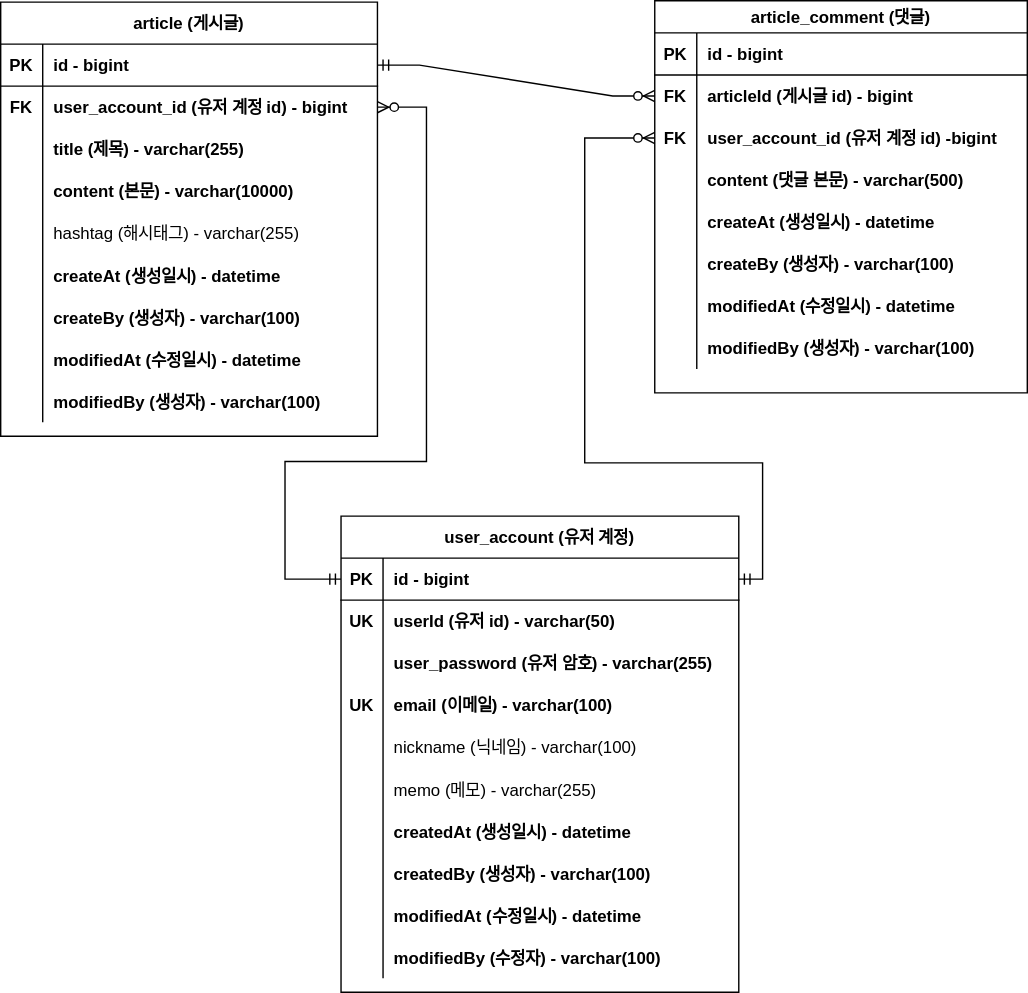
Before: documents/project-board-erd.svg, a diagram exported from draw.io (JIHYEON-PF/fc_project-board). Source tidied: cells renumbered, new cells last; positions are measured from the earlier drawing's top-left corner, leaving out a move shared by most shapes.
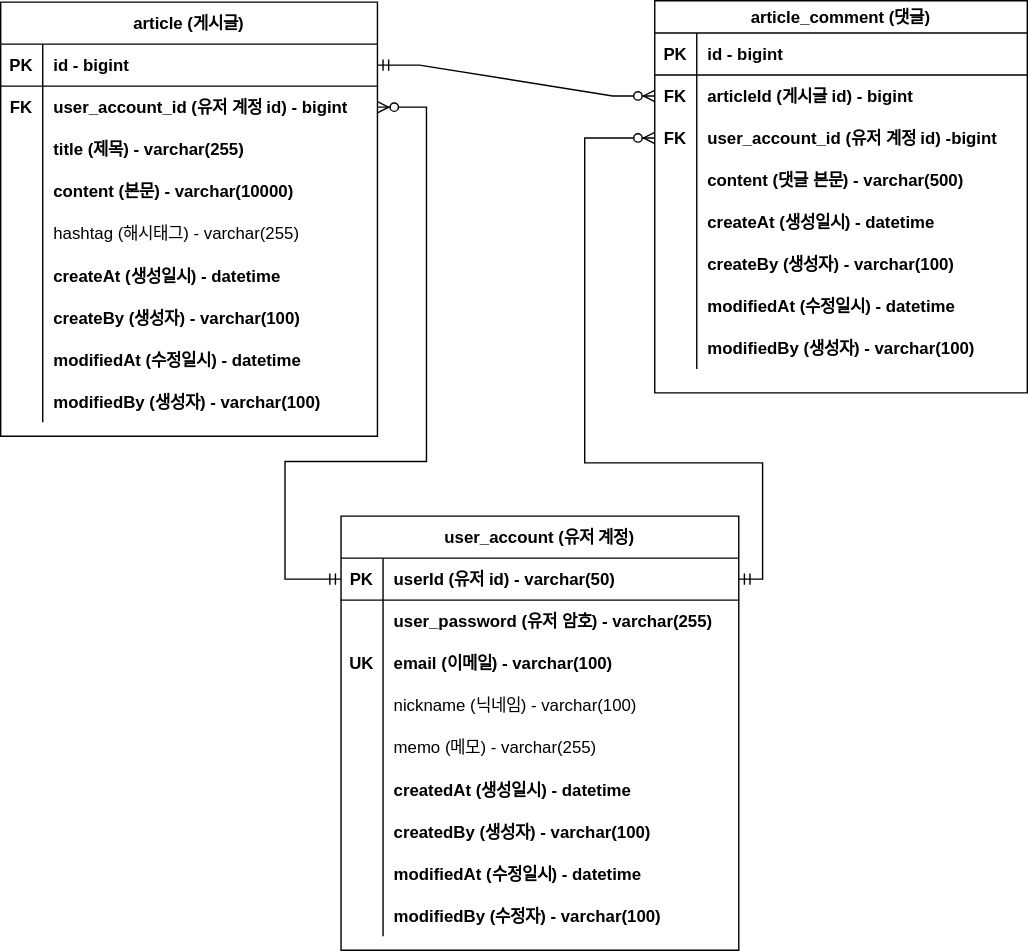
After the change.

Commit message:
#44 - ERD 수정 : userAccount `id` > `userId` 대체

Diff of the diagram source:
```diff
@@ -165,7 +165,7 @@
       <mxGeometry relative="1" as="geometry" />
     </mxCell>
     <mxCell id="56" value="user_account (유저 계정)" style="shape=table;startSize=30;rowLines=0;fontStyle=1;align=center;" parent="1" vertex="1">
-      <mxGeometry x="243" y="368" width="284" height="340" as="geometry" />
+      <mxGeometry x="243" y="368" width="284" height="310" as="geometry" />
     </mxCell>
     <mxCell id="57" style="shape=partialRectangle;fillColor=none;points=[[0,0.5],[1,0.5]];portConstraint=eastwest;top=0;left=0;right=0;bottom=1;" parent="56" vertex="1">
       <mxGeometry y="30" width="284" height="30" as="geometry" />
@@ -173,20 +173,11 @@
     <mxCell id="58" value="PK" style="shape=partialRectangle;overflow=hidden;fillColor=none;top=0;left=0;bottom=0;right=0;fontStyle=1;" parent="57" vertex="1">
       <mxGeometry width="30" height="30" as="geometry" />
     </mxCell>
-    <mxCell id="59" value="id - bigint" style="shape=partialRectangle;overflow=hidden;fillColor=none;top=0;left=0;bottom=0;right=0;align=left;spacingLeft=6;fontStyle=1;" parent="57" vertex="1">
+    <mxCell id="59" value="userId (유저 id) - varchar(50)" style="shape=partialRectangle;overflow=hidden;fillColor=none;top=0;left=0;bottom=0;right=0;align=left;spacingLeft=6;fontStyle=1;" parent="57" vertex="1">
       <mxGeometry x="30" width="254" height="30" as="geometry" />
     </mxCell>
-    <mxCell id="60" style="shape=partialRectangle;fillColor=none;top=0;left=0;right=0;bottom=0;" parent="56" vertex="1">
-      <mxGeometry y="60" width="284" height="30" as="geometry" />
-    </mxCell>
-    <mxCell id="61" value="UK" style="shape=partialRectangle;overflow=hidden;fillColor=none;top=0;left=0;bottom=0;right=0;fontStyle=1;" parent="60" vertex="1">
-      <mxGeometry width="30" height="30" as="geometry" />
-    </mxCell>
-    <mxCell id="62" value="userId (유저 id) - varchar(50)" style="shape=partialRectangle;overflow=hidden;fillColor=none;top=0;left=0;bottom=0;right=0;align=left;spacingLeft=6;fontStyle=1;" parent="60" vertex="1">
-      <mxGeometry x="30" width="254" height="30" as="geometry" />
-    </mxCell>
     <mxCell id="63" style="shape=partialRectangle;fillColor=none;top=0;left=0;right=0;bottom=0;" parent="56" vertex="1">
-      <mxGeometry y="90" width="284" height="30" as="geometry" />
+      <mxGeometry y="60" width="284" height="30" as="geometry" />
     </mxCell>
     <mxCell id="64" style="shape=partialRectangle;overflow=hidden;fillColor=none;top=0;left=0;bottom=0;right=0;" parent="63" vertex="1">
       <mxGeometry width="30" height="30" as="geometry" />
@@ -195,7 +186,7 @@
       <mxGeometry x="30" width="254" height="30" as="geometry" />
     </mxCell>
     <mxCell id="66" style="shape=partialRectangle;fillColor=none;top=0;left=0;right=0;bottom=0;" parent="56" vertex="1">
-      <mxGeometry y="120" width="284" height="30" as="geometry" />
+      <mxGeometry y="90" width="284" height="30" as="geometry" />
     </mxCell>
     <mxCell id="67" value="UK" style="shape=partialRectangle;overflow=hidden;fillColor=none;top=0;left=0;bottom=0;right=0;fontStyle=1;" parent="66" vertex="1">
       <mxGeometry width="30" height="30" as="geometry" />
@@ -204,7 +195,7 @@
       <mxGeometry x="30" width="254" height="30" as="geometry" />
     </mxCell>
     <mxCell id="69" style="shape=partialRectangle;fillColor=none;top=0;left=0;right=0;bottom=0;" parent="56" vertex="1">
-      <mxGeometry y="150" width="284" height="30" as="geometry" />
+      <mxGeometry y="120" width="284" height="30" as="geometry" />
     </mxCell>
     <mxCell id="70" style="shape=partialRectangle;overflow=hidden;fillColor=none;top=0;left=0;bottom=0;right=0;" parent="69" vertex="1">
       <mxGeometry width="30" height="30" as="geometry" />
@@ -213,7 +204,7 @@
       <mxGeometry x="30" width="254" height="30" as="geometry" />
     </mxCell>
     <mxCell id="72" style="shape=partialRectangle;fillColor=none;top=0;left=0;right=0;bottom=0;" parent="56" vertex="1">
-      <mxGeometry y="180" width="284" height="30" as="geometry" />
+      <mxGeometry y="150" width="284" height="30" as="geometry" />
     </mxCell>
     <mxCell id="73" style="shape=partialRectangle;overflow=hidden;fillColor=none;top=0;left=0;bottom=0;right=0;" parent="72" vertex="1">
       <mxGeometry width="30" height="30" as="geometry" />
@@ -222,7 +213,7 @@
       <mxGeometry x="30" width="254" height="30" as="geometry" />
     </mxCell>
     <mxCell id="75" style="shape=partialRectangle;fillColor=none;top=0;left=0;right=0;bottom=0;" parent="56" vertex="1">
-      <mxGeometry y="210" width="284" height="30" as="geometry" />
+      <mxGeometry y="180" width="284" height="30" as="geometry" />
     </mxCell>
     <mxCell id="76" style="shape=partialRectangle;overflow=hidden;fillColor=none;top=0;left=0;bottom=0;right=0;" parent="75" vertex="1">
       <mxGeometry width="30" height="30" as="geometry" />
@@ -231,7 +222,7 @@
       <mxGeometry x="30" width="254" height="30" as="geometry" />
     </mxCell>
     <mxCell id="78" style="shape=partialRectangle;fillColor=none;top=0;left=0;right=0;bottom=0;" parent="56" vertex="1">
-      <mxGeometry y="240" width="284" height="30" as="geometry" />
+      <mxGeometry y="210" width="284" height="30" as="geometry" />
     </mxCell>
     <mxCell id="79" style="shape=partialRectangle;overflow=hidden;fillColor=none;top=0;left=0;bottom=0;right=0;" parent="78" vertex="1">
       <mxGeometry width="30" height="30" as="geometry" />
@@ -240,7 +231,7 @@
       <mxGeometry x="30" width="254" height="30" as="geometry" />
     </mxCell>
     <mxCell id="81" style="shape=partialRectangle;fillColor=none;top=0;left=0;right=0;bottom=0;" parent="56" vertex="1">
-      <mxGeometry y="270" width="284" height="30" as="geometry" />
+      <mxGeometry y="240" width="284" height="30" as="geometry" />
     </mxCell>
     <mxCell id="82" style="shape=partialRectangle;overflow=hidden;fillColor=none;top=0;left=0;bottom=0;right=0;" parent="81" vertex="1">
       <mxGeometry width="30" height="30" as="geometry" />
@@ -249,7 +240,7 @@
       <mxGeometry x="30" width="254" height="30" as="geometry" />
     </mxCell>
     <mxCell id="84" style="shape=partialRectangle;fillColor=none;top=0;left=0;right=0;bottom=0;" parent="56" vertex="1">
-      <mxGeometry y="300" width="284" height="30" as="geometry" />
+      <mxGeometry y="270" width="284" height="30" as="geometry" />
     </mxCell>
     <mxCell id="85" style="shape=partialRectangle;overflow=hidden;fillColor=none;top=0;left=0;bottom=0;right=0;" parent="84" vertex="1">
       <mxGeometry width="30" height="30" as="geometry" />
```
